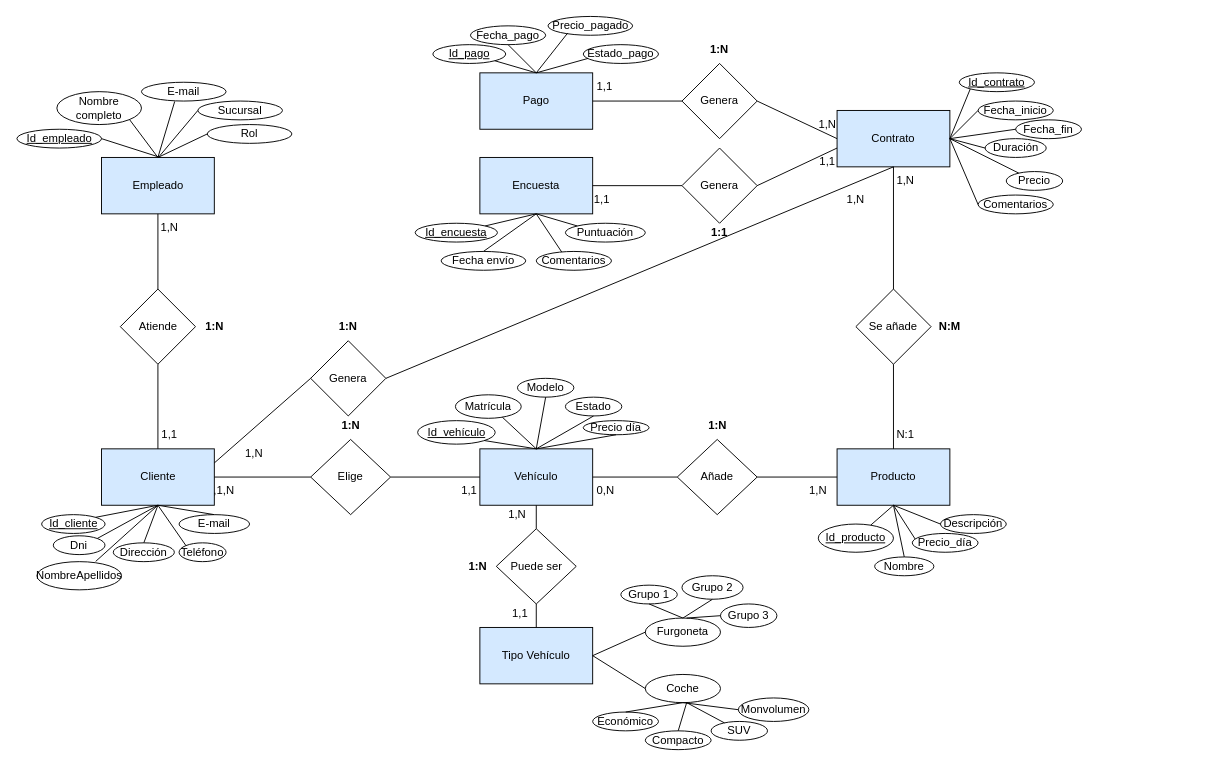
This is FASE_4/Diagrama E-R_PFM.drawio from FcoJavierFdez/PFM_SGE, a draw.io file, before an edit. Source tidied: cells renumbered, new cells numbered last; positions are measured from the earlier drawing's top-left corner, leaving out a move shared by most shapes. Both pictures are drawn from the tidied source at 94%, with x=0, y=0 at pixel (17, 16).
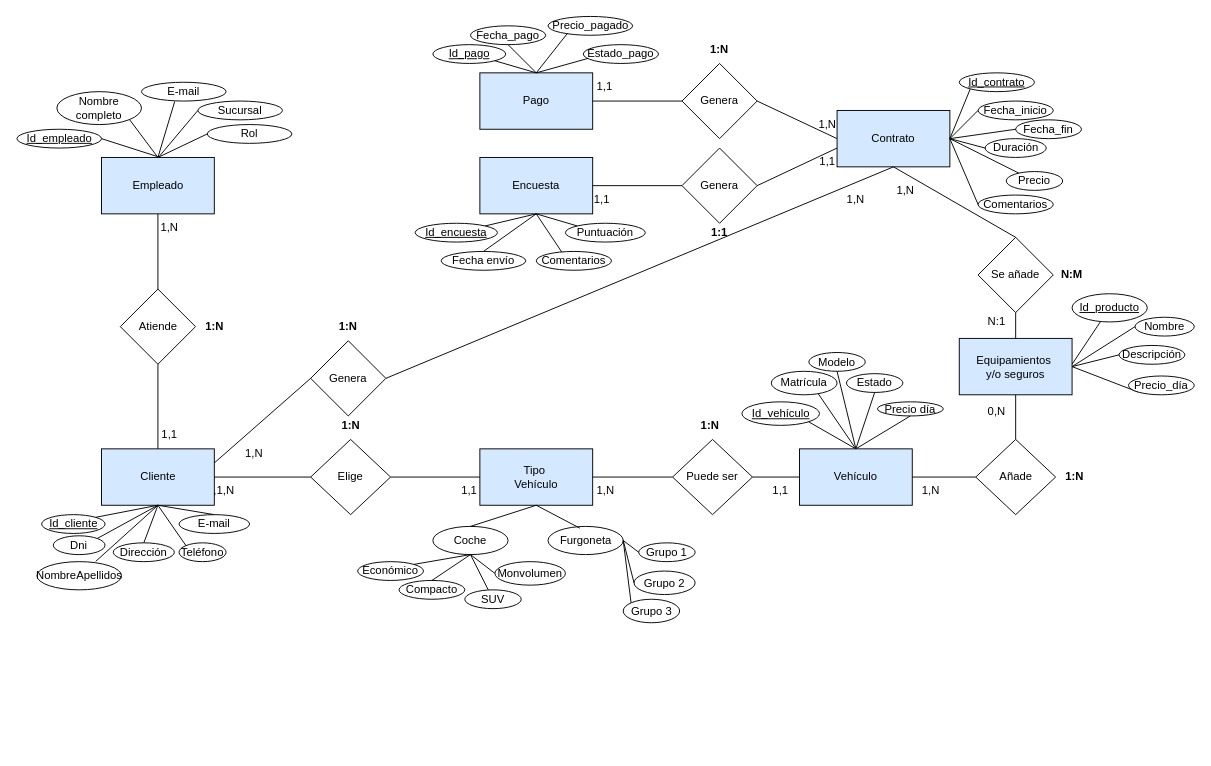
The same diagram, later.

Commit message (it also covers changes not shown here):
Modificación 3 diagrama E-R

The edit, as a diff of the source:
```diff
@@
-    <mxCell id="2" value="Vehículo" style="rounded=0;whiteSpace=wrap;html=1;fillColor=#D4E9FF;" parent="1" vertex="1">
+    <mxCell id="2" value="Tipo&amp;nbsp;&lt;br&gt;Vehículo" style="rounded=0;whiteSpace=wrap;html=1;fillColor=#D4E9FF;" parent="1" vertex="1">
       <mxGeometry x="492" y="460" width="120" height="60" as="geometry" />
     </mxCell>
-    <mxCell id="3" value="Producto" style="rounded=0;whiteSpace=wrap;html=1;fillColor=#D4E9FF;" parent="1" vertex="1">
-      <mxGeometry x="872" y="460" width="120" height="60" as="geometry" />
+    <mxCell id="3" value="Equipamientos&amp;nbsp;&lt;br&gt;y/o seguros" style="rounded=0;whiteSpace=wrap;html=1;fillColor=#D4E9FF;" parent="1" vertex="1">
+      <mxGeometry x="1002" y="342.5" width="120" height="60" as="geometry" />
     </mxCell>
@@
-    <mxCell id="30" style="endArrow=none;html=1;rounded=0;entryX=0;entryY=0.5;entryDx=0;entryDy=0;" parent="1" edge="1" target="31">
-      <mxGeometry relative="1" as="geometry">
-        <mxPoint x="932" y="520" as="sourcePoint" />
-      </mxGeometry>
+    <mxCell id="30" style="endArrow=none;html=1;rounded=0;entryX=0;entryY=0.5;entryDx=0;entryDy=0;exitX=1;exitY=0.5;exitDx=0;exitDy=0;" parent="1" edge="1" source="3" target="31">
+      <mxGeometry relative="1" as="geometry" />
     </mxCell>
     <mxCell id="31" value="Descripción" style="ellipse;whiteSpace=wrap;html=1;" parent="1" vertex="1">
-      <mxGeometry x="982" y="530" width="70" height="20" as="geometry" />
+      <mxGeometry x="1172" y="350" width="70" height="20" as="geometry" />
     </mxCell>
     <mxCell id="32" value="Nombre" style="ellipse;whiteSpace=wrap;html=1;" parent="1" vertex="1">
-      <mxGeometry x="912" y="575" width="63" height="20" as="geometry" />
+      <mxGeometry x="1189" y="320" width="63" height="20" as="geometry" />
     </mxCell>
     <mxCell id="33" value="&lt;u&gt;Id_producto&lt;/u&gt;" style="ellipse;whiteSpace=wrap;html=1;" parent="1" vertex="1">
-      <mxGeometry x="852" y="540" width="80" height="30" as="geometry" />
+      <mxGeometry x="1122" y="295" width="80" height="30" as="geometry" />
     </mxCell>
-    <mxCell id="34" style="endArrow=none;html=1;rounded=0;exitX=0.5;exitY=1;exitDx=0;exitDy=0;" parent="1" edge="1" source="3" target="33">
-      <mxGeometry relative="1" as="geometry" />
+    <mxCell id="34" style="endArrow=none;html=1;rounded=0;" parent="1" edge="1" target="33">
+      <mxGeometry relative="1" as="geometry">
+        <mxPoint x="1122" y="370" as="sourcePoint" />
+      </mxGeometry>
     </mxCell>
-    <mxCell id="35" style="endArrow=none;html=1;rounded=0;entryX=0.5;entryY=0;entryDx=0;entryDy=0;exitX=0.5;exitY=1;exitDx=0;exitDy=0;" parent="1" edge="1" source="3" target="32">
+    <mxCell id="35" style="endArrow=none;html=1;rounded=0;entryX=0;entryY=0.5;entryDx=0;entryDy=0;exitX=1;exitY=0.5;exitDx=0;exitDy=0;" parent="1" edge="1" source="3" target="32">
       <mxGeometry relative="1" as="geometry" />
     </mxCell>
-    <mxCell id="36" style="endArrow=none;html=1;rounded=0;entryX=0;entryY=1;entryDx=0;entryDy=0;exitX=0.5;exitY=1;exitDx=0;exitDy=0;" parent="1" edge="1" source="3" target="37">
+    <mxCell id="36" style="endArrow=none;html=1;rounded=0;entryX=0;entryY=1;entryDx=0;entryDy=0;exitX=1;exitY=0.5;exitDx=0;exitDy=0;" parent="1" edge="1" source="3" target="37">
       <mxGeometry relative="1" as="geometry" />
     </mxCell>
     <mxCell id="37" value="Precio_día" style="ellipse;whiteSpace=wrap;html=1;" parent="1" vertex="1">
-      <mxGeometry x="952" y="550" width="70" height="20" as="geometry" />
+      <mxGeometry x="1182" y="382.5" width="70" height="20" as="geometry" />
     </mxCell>
@@
     <mxCell id="50" value="&lt;div&gt;Estado&lt;/div&gt;" style="ellipse;whiteSpace=wrap;html=1;" parent="1" vertex="1">
-      <mxGeometry x="583" y="405" width="60" height="20" as="geometry" />
+      <mxGeometry x="882" y="380" width="60" height="20" as="geometry" />
     </mxCell>
     <mxCell id="51" value="Matrícula" style="ellipse;whiteSpace=wrap;html=1;" parent="1" vertex="1">
-      <mxGeometry x="466" y="402.5" width="70" height="25" as="geometry" />
+      <mxGeometry x="802" y="377.5" width="70" height="25" as="geometry" />
     </mxCell>
     <mxCell id="52" value="&lt;div&gt;Modelo&lt;/div&gt;" style="ellipse;whiteSpace=wrap;html=1;" parent="1" vertex="1">
-      <mxGeometry x="532" y="385" width="60" height="20" as="geometry" />
+      <mxGeometry x="842" y="357.5" width="60" height="20" as="geometry" />
     </mxCell>
     <mxCell id="53" value="&lt;u&gt;Id_vehículo&lt;/u&gt;" style="ellipse;whiteSpace=wrap;html=1;" parent="1" vertex="1">
-      <mxGeometry x="425.8" y="430" width="82.5" height="25" as="geometry" />
+      <mxGeometry x="770.8" y="410" width="82.5" height="25" as="geometry" />
     </mxCell>
     <mxCell id="54" value="Precio día" style="ellipse;whiteSpace=wrap;html=1;" parent="1" vertex="1">
-      <mxGeometry x="602" y="430" width="70" height="15" as="geometry" />
+      <mxGeometry x="915" y="410" width="70" height="15" as="geometry" />
     </mxCell>
-    <mxCell id="55" style="endArrow=none;html=1;rounded=0;entryX=0.714;entryY=0.956;entryDx=0;entryDy=0;entryPerimeter=0;" parent="1" edge="1" target="51">
-      <mxGeometry relative="1" as="geometry">
-        <mxPoint x="552" y="460" as="sourcePoint" />
-      </mxGeometry>
+    <mxCell id="55" style="endArrow=none;html=1;rounded=0;entryX=0.714;entryY=0.956;entryDx=0;entryDy=0;entryPerimeter=0;exitX=0.5;exitY=0;exitDx=0;exitDy=0;" parent="1" edge="1" source="120" target="51">
+      <mxGeometry relative="1" as="geometry" />
     </mxCell>
-    <mxCell id="56" style="endArrow=none;html=1;rounded=0;entryX=0.5;entryY=0;entryDx=0;entryDy=0;exitX=1;exitY=1;exitDx=0;exitDy=0;" parent="1" edge="1" source="53" target="2">
+    <mxCell id="56" style="endArrow=none;html=1;rounded=0;entryX=0.5;entryY=0;entryDx=0;entryDy=0;exitX=1;exitY=1;exitDx=0;exitDy=0;" parent="1" edge="1" source="53" target="120">
       <mxGeometry relative="1" as="geometry" />
     </mxCell>
-    <mxCell id="57" style="endArrow=none;html=1;rounded=0;entryX=0.5;entryY=1;entryDx=0;entryDy=0;" parent="1" edge="1" target="52">
-      <mxGeometry relative="1" as="geometry">
-        <mxPoint x="552" y="460" as="sourcePoint" />
-      </mxGeometry>
+    <mxCell id="57" style="endArrow=none;html=1;rounded=0;entryX=0.5;entryY=1;entryDx=0;entryDy=0;exitX=0.5;exitY=0;exitDx=0;exitDy=0;" parent="1" edge="1" source="120" target="52">
+      <mxGeometry relative="1" as="geometry" />
     </mxCell>
-    <mxCell id="58" style="endArrow=none;html=1;rounded=0;exitX=0.5;exitY=0;exitDx=0;exitDy=0;entryX=0.5;entryY=1;entryDx=0;entryDy=0;" parent="1" edge="1" source="2" target="50">
+    <mxCell id="58" style="endArrow=none;html=1;rounded=0;exitX=0.5;exitY=0;exitDx=0;exitDy=0;entryX=0.5;entryY=1;entryDx=0;entryDy=0;" parent="1" edge="1" source="120" target="50">
       <mxGeometry relative="1" as="geometry" />
     </mxCell>
-    <mxCell id="59" style="endArrow=none;html=1;rounded=0;entryX=0.5;entryY=1;entryDx=0;entryDy=0;exitX=0.5;exitY=0;exitDx=0;exitDy=0;" parent="1" edge="1" source="2" target="54">
+    <mxCell id="59" style="endArrow=none;html=1;rounded=0;entryX=0.5;entryY=1;entryDx=0;entryDy=0;exitX=0.5;exitY=0;exitDx=0;exitDy=0;" parent="1" edge="1" source="120" target="54">
       <mxGeometry relative="1" as="geometry" />
     </mxCell>
@@
     <mxCell id="77" value="Añade" style="rhombus;whiteSpace=wrap;html=1;" parent="1" vertex="1">
-      <mxGeometry x="702" y="450" width="85" height="80" as="geometry" />
+      <mxGeometry x="1019.5" y="450" width="85" height="80" as="geometry" />
     </mxCell>
-    <mxCell id="78" style="endArrow=none;html=1;rounded=0;entryX=0;entryY=0.5;entryDx=0;entryDy=0;exitX=1;exitY=0.5;exitDx=0;exitDy=0;" parent="1" edge="1" source="2" target="77">
-      <mxGeometry relative="1" as="geometry" />
-    </mxCell>
-    <mxCell id="79" style="endArrow=none;html=1;rounded=0;entryX=0;entryY=0.5;entryDx=0;entryDy=0;exitX=1;exitY=0.5;exitDx=0;exitDy=0;" parent="1" edge="1" source="77" target="3">
+    <mxCell id="79" style="endArrow=none;html=1;rounded=0;entryX=0.5;entryY=1;entryDx=0;entryDy=0;exitX=0.5;exitY=0;exitDx=0;exitDy=0;" parent="1" edge="1" source="77" target="3">
       <mxGeometry relative="1" as="geometry" />
     </mxCell>
@@
     <mxCell id="89" value="&lt;b&gt;1:N&lt;/b&gt;" style="text;html=1;strokeColor=none;fillColor=none;align=center;verticalAlign=middle;whiteSpace=wrap;rounded=0;" parent="1" vertex="1">
-      <mxGeometry x="714.5" y="420" width="60" height="30" as="geometry" />
+      <mxGeometry x="1094.5" y="475" width="60" height="30" as="geometry" />
     </mxCell>
@@
     <mxCell id="100" value="1,N" style="text;html=1;strokeColor=none;fillColor=none;align=center;verticalAlign=middle;whiteSpace=wrap;rounded=0;" parent="1" vertex="1">
-      <mxGeometry x="822" y="490" width="60" height="30" as="geometry" />
+      <mxGeometry x="942" y="490" width="60" height="30" as="geometry" />
     </mxCell>
     <mxCell id="101" value="0,N" style="text;html=1;strokeColor=none;fillColor=none;align=center;verticalAlign=middle;whiteSpace=wrap;rounded=0;" parent="1" vertex="1">
-      <mxGeometry x="596" y="490" width="60" height="30" as="geometry" />
+      <mxGeometry x="1012" y="405" width="60" height="30" as="geometry" />
     </mxCell>
@@
     <mxCell id="114" value="Se añade" style="rhombus;whiteSpace=wrap;html=1;" parent="1" vertex="1">
-      <mxGeometry x="892" y="290" width="80" height="80" as="geometry" />
+      <mxGeometry x="1022" y="235" width="80" height="80" as="geometry" />
     </mxCell>
     <mxCell id="115" value="&lt;b&gt;N:M&lt;/b&gt;" style="text;html=1;strokeColor=none;fillColor=none;align=center;verticalAlign=middle;whiteSpace=wrap;rounded=0;" parent="1" vertex="1">
-      <mxGeometry x="962" y="315" width="60" height="30" as="geometry" />
+      <mxGeometry x="1092" y="260" width="60" height="30" as="geometry" />
     </mxCell>
@@
     <mxCell id="118" value="1,N" style="text;html=1;strokeColor=none;fillColor=none;align=center;verticalAlign=middle;whiteSpace=wrap;rounded=0;" parent="1" vertex="1">
-      <mxGeometry x="915" y="160" width="60" height="30" as="geometry" />
+      <mxGeometry x="915" y="170" width="60" height="30" as="geometry" />
     </mxCell>
     <mxCell id="119" value="N:1" style="text;html=1;strokeColor=none;fillColor=none;align=center;verticalAlign=middle;whiteSpace=wrap;rounded=0;" parent="1" vertex="1">
-      <mxGeometry x="915" y="430" width="60" height="30" as="geometry" />
+      <mxGeometry x="1012" y="310" width="60" height="30" as="geometry" />
     </mxCell>
-    <mxCell id="120" value="Tipo Vehículo" style="rounded=0;whiteSpace=wrap;html=1;fillColor=#D4E9FF;" parent="1" vertex="1">
-      <mxGeometry x="492" y="650" width="120" height="60" as="geometry" />
+    <mxCell id="120" value="Vehículo" style="rounded=0;whiteSpace=wrap;html=1;fillColor=#D4E9FF;" parent="1" vertex="1">
+      <mxGeometry x="832" y="460" width="120" height="60" as="geometry" />
     </mxCell>
     <mxCell id="121" value="Puede ser" style="rhombus;whiteSpace=wrap;html=1;" parent="1" vertex="1">
-      <mxGeometry x="509.5" y="545" width="85" height="80" as="geometry" />
+      <mxGeometry x="697" y="450" width="85" height="80" as="geometry" />
     </mxCell>
-    <mxCell id="122" style="endArrow=none;html=1;rounded=0;entryX=0.5;entryY=0;entryDx=0;entryDy=0;" parent="1" edge="1" target="121">
-      <mxGeometry relative="1" as="geometry">
-        <mxPoint x="552" y="520" as="sourcePoint" />
-      </mxGeometry>
+    <mxCell id="122" style="endArrow=none;html=1;rounded=0;entryX=0;entryY=0.5;entryDx=0;entryDy=0;exitX=1;exitY=0.5;exitDx=0;exitDy=0;" parent="1" edge="1" source="2" target="121">
+      <mxGeometry relative="1" as="geometry" />
     </mxCell>
-    <mxCell id="123" style="endArrow=none;html=1;rounded=0;exitX=0.5;exitY=1;exitDx=0;exitDy=0;entryX=0.5;entryY=0;entryDx=0;entryDy=0;" parent="1" edge="1" source="121" target="120">
-      <mxGeometry relative="1" as="geometry" />
+    <mxCell id="123" style="endArrow=none;html=1;rounded=0;exitX=1;exitY=0.5;exitDx=0;exitDy=0;" parent="1" edge="1" source="121">
+      <mxGeometry relative="1" as="geometry">
+        <mxPoint x="832" y="490" as="targetPoint" />
+      </mxGeometry>
     </mxCell>
     <mxCell id="124" value="Monvolumen" style="ellipse;whiteSpace=wrap;html=1;" parent="1" vertex="1">
-      <mxGeometry x="767" y="725" width="75" height="25" as="geometry" />
+      <mxGeometry x="508" y="580" width="75" height="25" as="geometry" />
     </mxCell>
     <mxCell id="125" value="SUV" style="ellipse;whiteSpace=wrap;html=1;" parent="1" vertex="1">
-      <mxGeometry x="738" y="750" width="60" height="20" as="geometry" />
+      <mxGeometry x="476" y="610" width="60" height="20" as="geometry" />
     </mxCell>
     <mxCell id="126" value="Compacto" style="ellipse;whiteSpace=wrap;html=1;" parent="1" vertex="1">
-      <mxGeometry x="668" y="760" width="70" height="20" as="geometry" />
+      <mxGeometry x="406" y="600" width="70" height="20" as="geometry" />
     </mxCell>
     <mxCell id="127" value="Económico" style="ellipse;whiteSpace=wrap;html=1;" parent="1" vertex="1">
-      <mxGeometry x="612" y="740" width="70" height="20" as="geometry" />
+      <mxGeometry x="362" y="580" width="70" height="20" as="geometry" />
     </mxCell>
     <mxCell id="128" value="Furgoneta" style="ellipse;whiteSpace=wrap;html=1;" parent="1" vertex="1">
-      <mxGeometry x="668" y="640" width="80" height="30" as="geometry" />
+      <mxGeometry x="564.5" y="542.5" width="80" height="30" as="geometry" />
     </mxCell>
     <mxCell id="129" value="Coche" style="ellipse;whiteSpace=wrap;html=1;" parent="1" vertex="1">
-      <mxGeometry x="668" y="700" width="80" height="30" as="geometry" />
+      <mxGeometry x="442" y="542.5" width="80" height="30" as="geometry" />
     </mxCell>
     <mxCell id="130" value="Grupo 2" style="ellipse;whiteSpace=wrap;html=1;" parent="1" vertex="1">
-      <mxGeometry x="707" y="595" width="65" height="25" as="geometry" />
+      <mxGeometry x="656" y="590" width="65" height="25" as="geometry" />
     </mxCell>
     <mxCell id="131" value="Grupo 1" style="ellipse;whiteSpace=wrap;html=1;" parent="1" vertex="1">
-      <mxGeometry x="642" y="605" width="60" height="20" as="geometry" />
+      <mxGeometry x="661" y="560" width="60" height="20" as="geometry" />
     </mxCell>
     <mxCell id="132" value="Grupo 3" style="ellipse;whiteSpace=wrap;html=1;" parent="1" vertex="1">
-      <mxGeometry x="748" y="625" width="60" height="25" as="geometry" />
+      <mxGeometry x="644.5" y="620" width="60" height="25" as="geometry" />
     </mxCell>
@@
-    <mxCell id="134" style="endArrow=none;html=1;rounded=0;entryX=0.5;entryY=1;entryDx=0;entryDy=0;exitX=0.5;exitY=0;exitDx=0;exitDy=0;" parent="1" edge="1" source="128" target="130">
+    <mxCell id="134" style="endArrow=none;html=1;rounded=0;entryX=0;entryY=0.5;entryDx=0;entryDy=0;exitX=1;exitY=0.5;exitDx=0;exitDy=0;" parent="1" edge="1" source="128" target="130">
       <mxGeometry relative="1" as="geometry" />
     </mxCell>
-    <mxCell id="135" style="endArrow=none;html=1;rounded=0;entryX=0.5;entryY=1;entryDx=0;entryDy=0;exitX=0.5;exitY=0;exitDx=0;exitDy=0;" parent="1" edge="1" source="128" target="131">
+    <mxCell id="135" style="endArrow=none;html=1;rounded=0;entryX=0;entryY=0.5;entryDx=0;entryDy=0;exitX=1;exitY=0.5;exitDx=0;exitDy=0;" parent="1" edge="1" source="128" target="131">
       <mxGeometry relative="1" as="geometry" />
     </mxCell>
-    <mxCell id="136" style="endArrow=none;html=1;rounded=0;entryX=0;entryY=0.5;entryDx=0;entryDy=0;exitX=1;exitY=0.5;exitDx=0;exitDy=0;" parent="1" edge="1" source="120" target="129">
+    <mxCell id="136" style="endArrow=none;html=1;rounded=0;entryX=0.5;entryY=0;entryDx=0;entryDy=0;exitX=0.5;exitY=1;exitDx=0;exitDy=0;" parent="1" edge="1" source="2" target="129">
       <mxGeometry relative="1" as="geometry" />
     </mxCell>
-    <mxCell id="137" style="endArrow=none;html=1;rounded=0;entryX=0;entryY=0.5;entryDx=0;entryDy=0;exitX=1;exitY=0.5;exitDx=0;exitDy=0;" parent="1" edge="1" source="120" target="128">
+    <mxCell id="137" style="endArrow=none;html=1;rounded=0;entryX=0.423;entryY=0.063;entryDx=0;entryDy=0;entryPerimeter=0;exitX=0.5;exitY=1;exitDx=0;exitDy=0;" parent="1" edge="1" source="2" target="128">
       <mxGeometry relative="1" as="geometry" />
     </mxCell>
-    <mxCell id="138" style="endArrow=none;html=1;rounded=0;entryX=0;entryY=0.5;entryDx=0;entryDy=0;" parent="1" edge="1" target="132">
-      <mxGeometry relative="1" as="geometry">
-        <mxPoint x="712" y="640" as="sourcePoint" />
-      </mxGeometry>
+    <mxCell id="138" style="endArrow=none;html=1;rounded=0;entryX=0;entryY=0;entryDx=0;entryDy=0;exitX=1;exitY=0.5;exitDx=0;exitDy=0;" parent="1" edge="1" source="128" target="132">
+      <mxGeometry relative="1" as="geometry" />
     </mxCell>
-    <mxCell id="139" style="endArrow=none;html=1;rounded=0;" parent="1" edge="1" source="125">
-      <mxGeometry relative="1" as="geometry">
-        <mxPoint x="712" y="730" as="targetPoint" />
-      </mxGeometry>
+    <mxCell id="139" style="endArrow=none;html=1;rounded=0;entryX=0.5;entryY=1;entryDx=0;entryDy=0;" parent="1" edge="1" source="125" target="129">
+      <mxGeometry relative="1" as="geometry" />
     </mxCell>
-    <mxCell id="140" style="endArrow=none;html=1;rounded=0;exitX=0.5;exitY=0;exitDx=0;exitDy=0;" parent="1" edge="1" source="126">
-      <mxGeometry relative="1" as="geometry">
-        <mxPoint x="712" y="730" as="targetPoint" />
-      </mxGeometry>
+    <mxCell id="140" style="endArrow=none;html=1;rounded=0;exitX=0.5;exitY=0;exitDx=0;exitDy=0;entryX=0.5;entryY=1;entryDx=0;entryDy=0;" parent="1" edge="1" source="126" target="129">
+      <mxGeometry relative="1" as="geometry" />
     </mxCell>
-    <mxCell id="141" style="endArrow=none;html=1;rounded=0;entryX=0.5;entryY=0;entryDx=0;entryDy=0;exitX=0.5;exitY=1;exitDx=0;exitDy=0;" parent="1" edge="1" source="129" target="127">
+    <mxCell id="141" style="endArrow=none;html=1;rounded=0;entryX=1;entryY=0;entryDx=0;entryDy=0;exitX=0.5;exitY=1;exitDx=0;exitDy=0;" parent="1" edge="1" source="129" target="127">
       <mxGeometry relative="1" as="geometry" />
     </mxCell>
@@
     <mxCell id="143" value="1,1" style="text;html=1;strokeColor=none;fillColor=none;align=center;verticalAlign=middle;whiteSpace=wrap;rounded=0;" parent="1" vertex="1">
-      <mxGeometry x="504.5" y="620" width="60" height="30" as="geometry" />
+      <mxGeometry x="782" y="490" width="60" height="30" as="geometry" />
     </mxCell>
     <mxCell id="144" value="1,N" style="text;html=1;strokeColor=none;fillColor=none;align=center;verticalAlign=middle;whiteSpace=wrap;rounded=0;" parent="1" vertex="1">
-      <mxGeometry x="502" y="515" width="60" height="30" as="geometry" />
+      <mxGeometry x="596" y="490" width="60" height="30" as="geometry" />
     </mxCell>
     <mxCell id="145" value="&lt;b&gt;1:N&lt;/b&gt;" style="text;html=1;strokeColor=none;fillColor=none;align=center;verticalAlign=middle;whiteSpace=wrap;rounded=0;" parent="1" vertex="1">
-      <mxGeometry x="459.5" y="570" width="60" height="30" as="geometry" />
+      <mxGeometry x="707" y="420" width="60" height="30" as="geometry" />
     </mxCell>
+    <mxCell id="146" style="endArrow=none;html=1;rounded=0;entryX=0;entryY=0.5;entryDx=0;entryDy=0;exitX=1;exitY=0.5;exitDx=0;exitDy=0;" parent="1" edge="1" source="120" target="77">
+      <mxGeometry relative="1" as="geometry" />
+    </mxCell>
```
